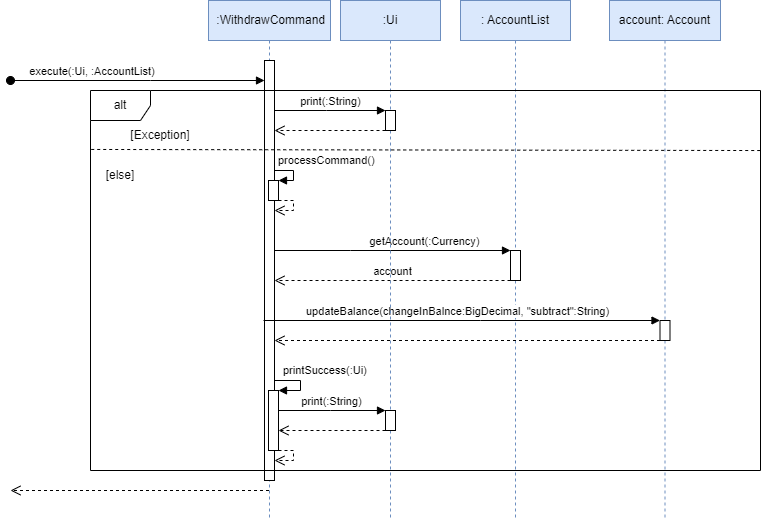
The draw.io diagram docs/images/WithdrawCommandSeqDiagram.png in woowenjun99/tp, before a commit. Source tidied: cells renumbered, new cells last; positions are measured from the earlier drawing's top-left corner, leaving out a move shared by most shapes.
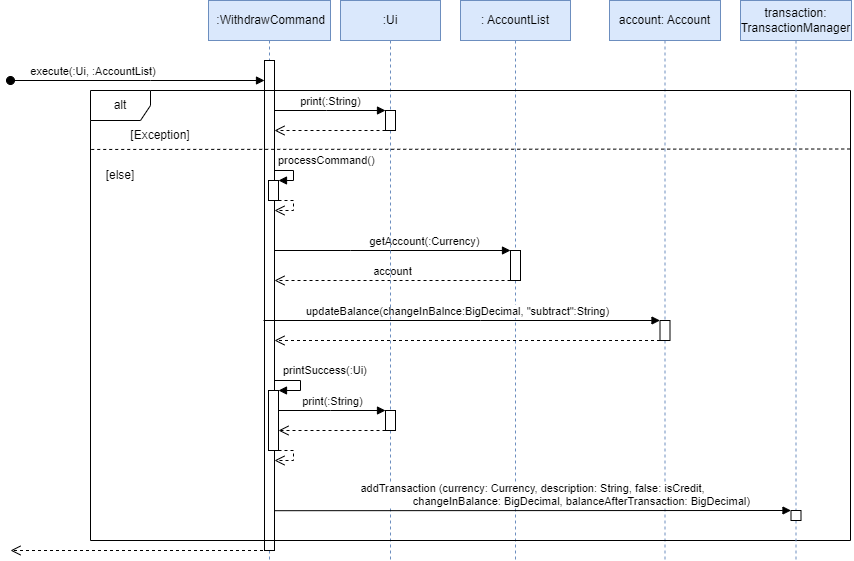
After the commit.

Diff of the diagram source:
```diff
@@ -3,10 +3,10 @@
     <mxCell id="0" />
     <mxCell id="1" parent="0" />
     <mxCell id="2" value="&amp;nbsp;:WithdrawCommand" style="shape=umlLifeline;perimeter=lifelinePerimeter;whiteSpace=wrap;html=1;outlineConnect=0;portConstraint=eastwest;newEdgeStyle={&quot;edgeStyle&quot;:&quot;elbowEdgeStyle&quot;,&quot;elbow&quot;:&quot;vertical&quot;,&quot;curved&quot;:0,&quot;rounded&quot;:0};fillColor=#dae8fc;strokeColor=#6c8ebf;" parent="1" vertex="1">
-      <mxGeometry x="198" width="122" height="520" as="geometry" />
+      <mxGeometry x="198" width="122" height="560" as="geometry" />
     </mxCell>
     <mxCell id="3" style="html=1;points=[];perimeter=orthogonalPerimeter;outlineConnect=0;targetShapes=umlLifeline;portConstraint=eastwest;newEdgeStyle={&quot;edgeStyle&quot;:&quot;elbowEdgeStyle&quot;,&quot;elbow&quot;:&quot;vertical&quot;,&quot;curved&quot;:0,&quot;rounded&quot;:0};" parent="2" vertex="1">
-      <mxGeometry x="56" y="60" width="10" height="420" as="geometry" />
+      <mxGeometry x="56" y="60" width="10" height="490" as="geometry" />
     </mxCell>
     <mxCell id="4" style="html=1;points=[];perimeter=orthogonalPerimeter;outlineConnect=0;targetShapes=umlLifeline;portConstraint=eastwest;newEdgeStyle={&quot;edgeStyle&quot;:&quot;elbowEdgeStyle&quot;,&quot;elbow&quot;:&quot;vertical&quot;,&quot;curved&quot;:0,&quot;rounded&quot;:0};" parent="2" vertex="1">
       <mxGeometry x="60" y="180" width="10" height="20" as="geometry" />
@@ -48,8 +48,9 @@
     </mxCell>
     <mxCell id="10" style="html=1;verticalAlign=bottom;endArrow=open;dashed=1;endSize=8;edgeStyle=elbowEdgeStyle;elbow=vertical;curved=0;rounded=0;" parent="1" edge="1" source="2">
       <mxGeometry relative="1" as="geometry">
-        <mxPoint y="490" as="targetPoint" />
+        <mxPoint y="550" as="targetPoint" />
         <Array as="points">
+          <mxPoint x="210" y="550" />
           <mxPoint x="200" y="490" />
           <mxPoint x="190" y="460" />
           <mxPoint x="180" y="470" />
@@ -58,7 +59,7 @@
       </mxGeometry>
     </mxCell>
     <mxCell id="11" value=": AccountList" style="shape=umlLifeline;perimeter=lifelinePerimeter;whiteSpace=wrap;html=1;newEdgeStyle={&quot;edgeStyle&quot;:&quot;elbowEdgeStyle&quot;,&quot;elbow&quot;:&quot;vertical&quot;,&quot;curved&quot;:0,&quot;rounded&quot;:0};fillColor=#dae8fc;strokeColor=#6c8ebf;" parent="1" vertex="1">
-      <mxGeometry x="450" width="110" height="520" as="geometry" />
+      <mxGeometry x="450" width="110" height="560" as="geometry" />
     </mxCell>
     <mxCell id="12" style="html=1;points=[];perimeter=orthogonalPerimeter;outlineConnect=0;targetShapes=umlLifeline;portConstraint=eastwest;newEdgeStyle={&quot;edgeStyle&quot;:&quot;elbowEdgeStyle&quot;,&quot;elbow&quot;:&quot;vertical&quot;,&quot;curved&quot;:0,&quot;rounded&quot;:0};" parent="11" vertex="1">
       <mxGeometry x="50" y="250" width="10" height="30" as="geometry" />
@@ -80,7 +81,7 @@
       </mxGeometry>
     </mxCell>
     <mxCell id="15" value="account: Account" style="shape=umlLifeline;perimeter=lifelinePerimeter;whiteSpace=wrap;html=1;newEdgeStyle={&quot;edgeStyle&quot;:&quot;elbowEdgeStyle&quot;,&quot;elbow&quot;:&quot;vertical&quot;,&quot;curved&quot;:0,&quot;rounded&quot;:0};fillColor=#dae8fc;strokeColor=#6c8ebf;" parent="1" vertex="1">
-      <mxGeometry x="599" width="111" height="520" as="geometry" />
+      <mxGeometry x="599" width="111" height="560" as="geometry" />
     </mxCell>
     <mxCell id="16" style="html=1;points=[];perimeter=orthogonalPerimeter;outlineConnect=0;targetShapes=umlLifeline;portConstraint=eastwest;newEdgeStyle={&quot;edgeStyle&quot;:&quot;elbowEdgeStyle&quot;,&quot;elbow&quot;:&quot;vertical&quot;,&quot;curved&quot;:0,&quot;rounded&quot;:0};" parent="15" vertex="1">
       <mxGeometry x="50.5" y="320" width="10" height="20" as="geometry" />
@@ -109,7 +110,7 @@
       </mxGeometry>
     </mxCell>
     <mxCell id="19" value=":Ui" style="shape=umlLifeline;perimeter=lifelinePerimeter;whiteSpace=wrap;html=1;newEdgeStyle={&quot;edgeStyle&quot;:&quot;elbowEdgeStyle&quot;,&quot;elbow&quot;:&quot;vertical&quot;,&quot;curved&quot;:0,&quot;rounded&quot;:0};fillColor=#dae8fc;strokeColor=#6c8ebf;" parent="1" vertex="1">
-      <mxGeometry x="330" width="100" height="520" as="geometry" />
+      <mxGeometry x="330" width="100" height="560" as="geometry" />
     </mxCell>
     <mxCell id="20" style="html=1;points=[];perimeter=orthogonalPerimeter;outlineConnect=0;targetShapes=umlLifeline;portConstraint=eastwest;newEdgeStyle={&quot;edgeStyle&quot;:&quot;elbowEdgeStyle&quot;,&quot;elbow&quot;:&quot;vertical&quot;,&quot;curved&quot;:0,&quot;rounded&quot;:0};" parent="19" vertex="1">
       <mxGeometry x="45" y="410" width="10" height="20" as="geometry" />
@@ -141,9 +142,9 @@
       </mxGeometry>
     </mxCell>
     <mxCell id="24" value="alt" style="shape=umlFrame;whiteSpace=wrap;html=1;" parent="1" vertex="1">
-      <mxGeometry x="80" y="90" width="670" height="380" as="geometry" />
+      <mxGeometry x="80" y="90" width="760" height="450" as="geometry" />
     </mxCell>
-    <mxCell id="25" style="endArrow=none;dashed=1;html=1;strokeWidth=1;rounded=0;exitX=0.001;exitY=0.155;exitDx=0;exitDy=0;exitPerimeter=0;entryX=1.002;entryY=0.158;entryDx=0;entryDy=0;entryPerimeter=0;" parent="1" edge="1" target="24">
+    <mxCell id="25" style="endArrow=none;dashed=1;html=1;strokeWidth=1;rounded=0;exitX=0.001;exitY=0.155;exitDx=0;exitDy=0;exitPerimeter=0;entryX=1.002;entryY=0.13;entryDx=0;entryDy=0;entryPerimeter=0;" parent="1" edge="1" target="24">
       <mxGeometry relative="1" as="geometry">
         <mxPoint x="80.7" y="149" as="sourcePoint" />
       </mxGeometry>
@@ -175,5 +176,17 @@
     <mxCell id="30" value="[else]" style="text;html=1;strokeColor=none;fillColor=none;align=center;verticalAlign=middle;whiteSpace=wrap;rounded=0;" parent="1" vertex="1">
       <mxGeometry x="80" y="160" width="60" height="30" as="geometry" />
     </mxCell>
+    <mxCell id="31" value="transaction: TransactionManager" style="shape=umlLifeline;perimeter=lifelinePerimeter;whiteSpace=wrap;html=1;newEdgeStyle={&quot;edgeStyle&quot;:&quot;elbowEdgeStyle&quot;,&quot;elbow&quot;:&quot;vertical&quot;,&quot;curved&quot;:0,&quot;rounded&quot;:0};fillColor=#dae8fc;strokeColor=#6c8ebf;" parent="1" vertex="1">
+      <mxGeometry x="730" width="111" height="560" as="geometry" />
+    </mxCell>
+    <mxCell id="32" style="html=1;perimeter=orthogonalPerimeter;targetShapes=umlLifeline;newEdgeStyle={&quot;edgeStyle&quot;:&quot;elbowEdgeStyle&quot;,&quot;elbow&quot;:&quot;vertical&quot;,&quot;curved&quot;:0,&quot;rounded&quot;:0};" parent="31" vertex="1">
+      <mxGeometry x="50.5" y="510" width="10" height="10" as="geometry" />
+    </mxCell>
+    <mxCell id="33" value="&lt;div&gt;addTransaction (currency: Currency, description: String, false: isCredit,&lt;/div&gt;&lt;div&gt;&amp;nbsp; &amp;nbsp; &amp;nbsp; &amp;nbsp; &amp;nbsp; &amp;nbsp; &amp;nbsp; &amp;nbsp; &amp;nbsp; &amp;nbsp; &amp;nbsp; &amp;nbsp; &amp;nbsp; &amp;nbsp; &amp;nbsp; &amp;nbsp; changeInBalance: BigDecimal, balanceAfterTransaction: BigDecimal)&lt;/div&gt;" style="html=1;verticalAlign=bottom;endArrow=block;edgeStyle=elbowEdgeStyle;elbow=vertical;curved=0;rounded=0;" parent="1" edge="1">
+      <mxGeometry relative="1" as="geometry">
+        <mxPoint x="264" y="510.2" as="sourcePoint" />
+        <mxPoint x="780.5" y="510.2" as="targetPoint" />
+      </mxGeometry>
+    </mxCell>
   </root>
 </mxGraphModel>
```
